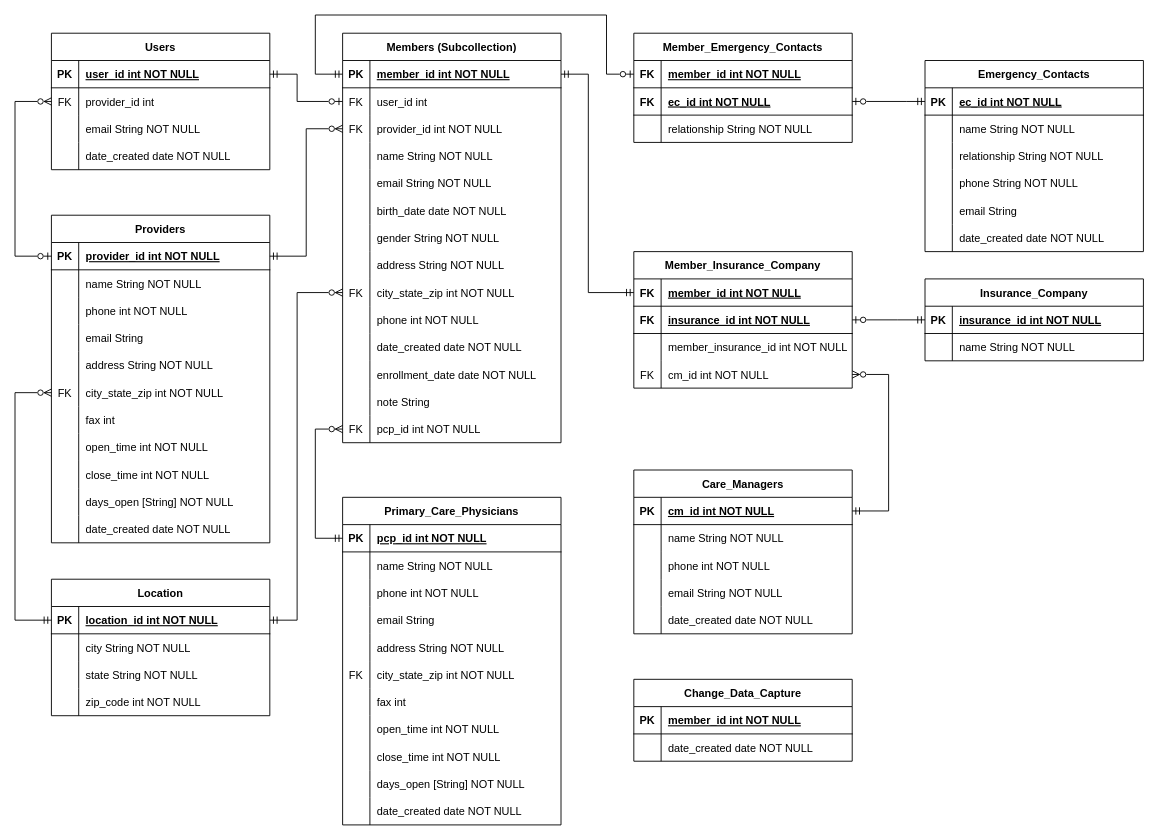
The draw.io diagram Firestore DB Design.drawio in johnnyj2608/SeniorConnect, before the edit. Source tidied: cells renumbered, new cells numbered last; positions are measured from the earlier drawing's top-left corner, leaving out a move shared by most shapes. Both pictures are drawn from the tidied source at 91%, with x=0, y=0 at pixel (15, 15).
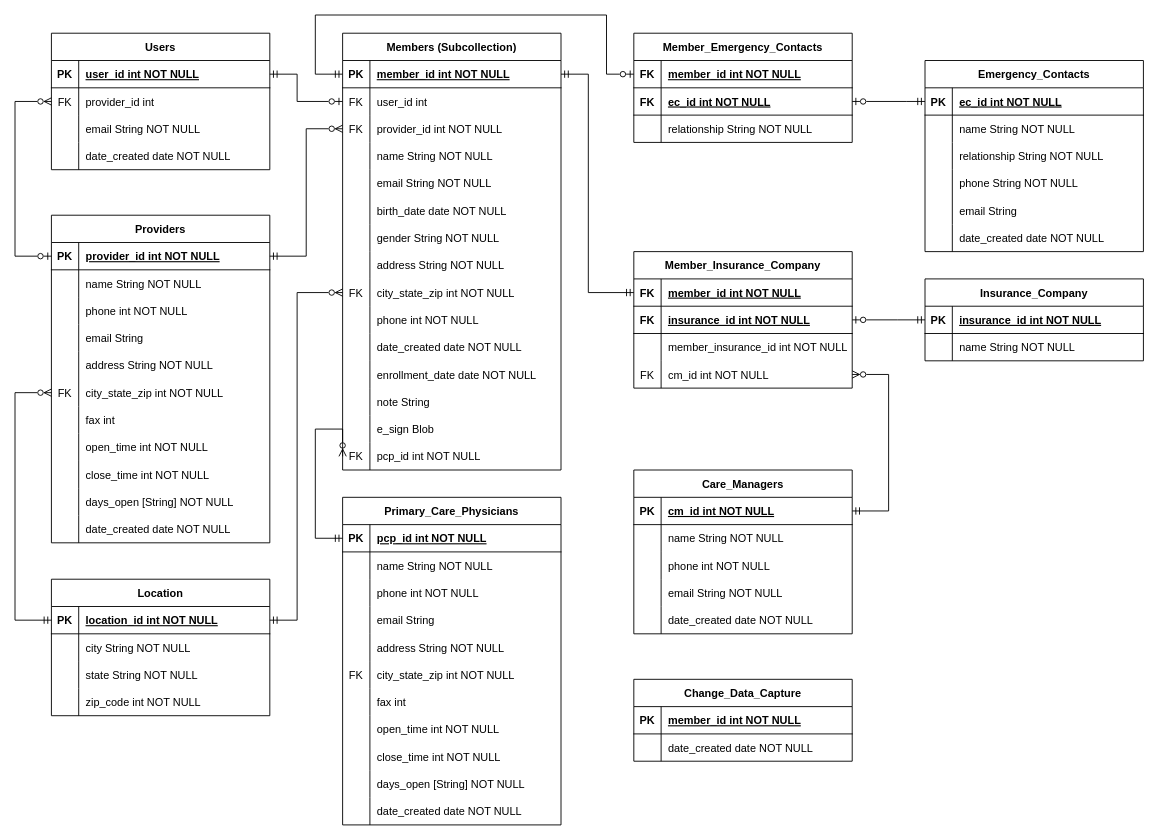
Above is the later version.

Commit message:
Updated to save eSignature for Sign In

Change to the diagram source:
```diff
@@
     <mxCell id="98" value="Members (Subcollection)" style="shape=table;startSize=30;childLayout=tableLayout;rowLines=0;fontStyle=1;align=center;" parent="1" vertex="1">
-      <mxGeometry x="360" y="20" width="240" height="450" as="geometry" />
+      <mxGeometry x="360" y="20" width="240" height="480" as="geometry" />
     </mxCell>
@@
+    <mxCell id="222" style="shape=partialRectangle;fillColor=none;top=0;left=0;right=0;bottom=0;" parent="98" vertex="1">
+      <mxGeometry y="420" width="240" height="30" as="geometry" />
+    </mxCell>
+    <mxCell id="223" style="shape=partialRectangle;overflow=hidden;fillColor=none;top=0;left=0;bottom=0;right=0;" parent="222" vertex="1">
+      <mxGeometry width="30" height="30" as="geometry" />
+    </mxCell>
+    <mxCell id="224" value="e_sign Blob" style="shape=partialRectangle;overflow=hidden;fillColor=none;top=0;left=0;bottom=0;right=0;align=left;spacingLeft=6;" parent="222" vertex="1">
+      <mxGeometry x="30" width="210" height="30" as="geometry" />
+    </mxCell>
     <mxCell id="138" style="shape=partialRectangle;fillColor=none;points=[[0,0.5],[1,0.5]];portConstraint=eastwest;top=0;left=0;right=0;bottom=0;" parent="98" vertex="1">
-      <mxGeometry y="420" width="240" height="30" as="geometry" />
+      <mxGeometry y="450" width="240" height="30" as="geometry" />
     </mxCell>
```
